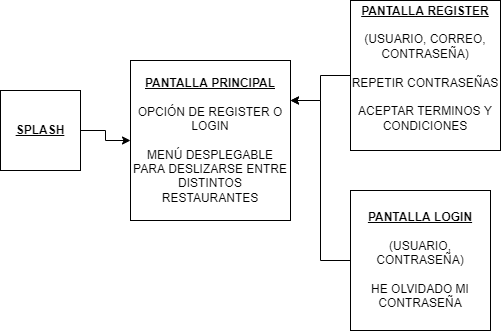
This is Diagrama sin título.drawio.png from angelcriber99/jerou, a draw.io export, as it was before one commit. Source tidied: cells renumbered, new cells last; positions are measured from the earlier drawing's top-left corner, leaving out a move shared by most shapes.
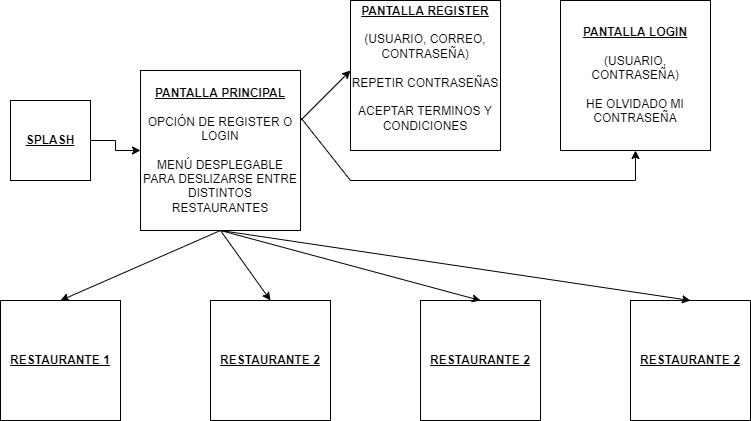
The same file after the commit.

The edit, as a diff of the source:
```diff
@@ -11,17 +11,51 @@
     <mxCell id="4" value="&lt;b&gt;&lt;u&gt;PANTALLA PRINCIPAL&lt;/u&gt;&lt;/b&gt;&lt;br&gt;&lt;br&gt;OPCIÓN DE REGISTER O LOGIN&lt;br&gt;&lt;br&gt;MENÚ DESPLEGABLE PARA DESLIZARSE ENTRE DISTINTOS RESTAURANTES" style="whiteSpace=wrap;html=1;" parent="1" vertex="1">
       <mxGeometry x="130" y="60" width="160" height="160" as="geometry" />
     </mxCell>
-    <mxCell id="5" style="edgeStyle=orthogonalEdgeStyle;rounded=0;jettySize=auto;html=1;entryX=1;entryY=0.25;entryDx=0;entryDy=0;" parent="1" edge="1" source="6" target="4">
-      <mxGeometry relative="1" as="geometry" />
-    </mxCell>
     <mxCell id="6" value="&lt;b&gt;&lt;u&gt;PANTALLA REGISTER&lt;/u&gt;&lt;/b&gt;&lt;br&gt;&lt;br&gt;(USUARIO, CORREO, CONTRASEÑA)&lt;br&gt;&lt;br&gt;REPETIR CONTRASEÑAS&lt;br&gt;&lt;br&gt;ACEPTAR TERMINOS Y CONDICIONES&lt;br&gt;&lt;br&gt;" style="whiteSpace=wrap;html=1;" parent="1" vertex="1">
-      <mxGeometry x="350" width="150" height="150" as="geometry" />
+      <mxGeometry x="340" y="-10" width="150" height="150" as="geometry" />
     </mxCell>
-    <mxCell id="7" style="edgeStyle=orthogonalEdgeStyle;rounded=0;jettySize=auto;html=1;entryX=1;entryY=0.25;entryDx=0;entryDy=0;" parent="1" edge="1" source="8" target="4">
-      <mxGeometry relative="1" as="geometry" />
-    </mxCell>
     <mxCell id="8" value="&lt;b&gt;&lt;u&gt;PANTALLA LOGIN&lt;/u&gt;&lt;/b&gt;&lt;br&gt;&lt;br&gt;(USUARIO, CONTRASEÑA)&lt;br&gt;&lt;br&gt;HE OLVIDADO MI CONTRASEÑA" style="whiteSpace=wrap;html=1;" parent="1" vertex="1">
-      <mxGeometry x="350" y="190" width="140" height="140" as="geometry" />
+      <mxGeometry x="550" y="-10" width="150" height="150" as="geometry" />
     </mxCell>
+    <mxCell id="9" value="&lt;b&gt;&lt;u&gt;RESTAURANTE 1&lt;/u&gt;&lt;/b&gt;" style="whiteSpace=wrap;html=1;" parent="1" vertex="1">
+      <mxGeometry x="-10" y="290" width="120" height="120" as="geometry" />
+    </mxCell>
+    <mxCell id="10" value="&lt;b&gt;&lt;u&gt;RESTAURANTE 2&lt;/u&gt;&lt;/b&gt;" style="whiteSpace=wrap;html=1;" parent="1" vertex="1">
+      <mxGeometry x="200" y="290" width="120" height="120" as="geometry" />
+    </mxCell>
+    <mxCell id="11" style="endArrow=classic;html=1;rounded=0;exitX=1.006;exitY=0.3;exitDx=0;exitDy=0;exitPerimeter=0;entryX=0.5;entryY=1;entryDx=0;entryDy=0;" parent="1" edge="1" source="4" target="8">
+      <mxGeometry relative="1" as="geometry">
+        <Array as="points">
+          <mxPoint x="340" y="170" />
+          <mxPoint x="625" y="170" />
+        </Array>
+      </mxGeometry>
+    </mxCell>
+    <mxCell id="12" style="endArrow=classic;html=1;rounded=0;" parent="1" edge="1">
+      <mxGeometry relative="1" as="geometry">
+        <mxPoint x="290" y="110" as="sourcePoint" />
+        <mxPoint x="340" y="60" as="targetPoint" />
+      </mxGeometry>
+    </mxCell>
+    <mxCell id="13" value="&lt;b&gt;&lt;u&gt;RESTAURANTE 2&lt;/u&gt;&lt;/b&gt;" style="whiteSpace=wrap;html=1;" parent="1" vertex="1">
+      <mxGeometry x="410" y="290" width="120" height="120" as="geometry" />
+    </mxCell>
+    <mxCell id="14" value="&lt;b&gt;&lt;u&gt;RESTAURANTE 2&lt;/u&gt;&lt;/b&gt;" style="whiteSpace=wrap;html=1;" parent="1" vertex="1">
+      <mxGeometry x="620" y="290" width="120" height="120" as="geometry" />
+    </mxCell>
+    <mxCell id="15" style="endArrow=classic;html=1;rounded=0;exitX=0.5;exitY=1;exitDx=0;exitDy=0;entryX=0.5;entryY=0;entryDx=0;entryDy=0;" parent="1" edge="1" source="4" target="9">
+      <mxGeometry relative="1" as="geometry" />
+    </mxCell>
+    <mxCell id="16" style="endArrow=classic;html=1;rounded=0;entryX=0.5;entryY=0;entryDx=0;entryDy=0;" parent="1" edge="1" target="10">
+      <mxGeometry relative="1" as="geometry">
+        <mxPoint x="210" y="220" as="sourcePoint" />
+      </mxGeometry>
+    </mxCell>
+    <mxCell id="17" style="endArrow=classic;html=1;rounded=0;exitX=0.5;exitY=1;exitDx=0;exitDy=0;entryX=0.5;entryY=0;entryDx=0;entryDy=0;" parent="1" edge="1" source="4" target="13">
+      <mxGeometry relative="1" as="geometry" />
+    </mxCell>
+    <mxCell id="18" style="endArrow=classic;html=1;rounded=0;exitX=0.5;exitY=1;exitDx=0;exitDy=0;entryX=0.5;entryY=0;entryDx=0;entryDy=0;" parent="1" edge="1" source="4" target="14">
+      <mxGeometry relative="1" as="geometry" />
+    </mxCell>
   </root>
 </mxGraphModel>
```
